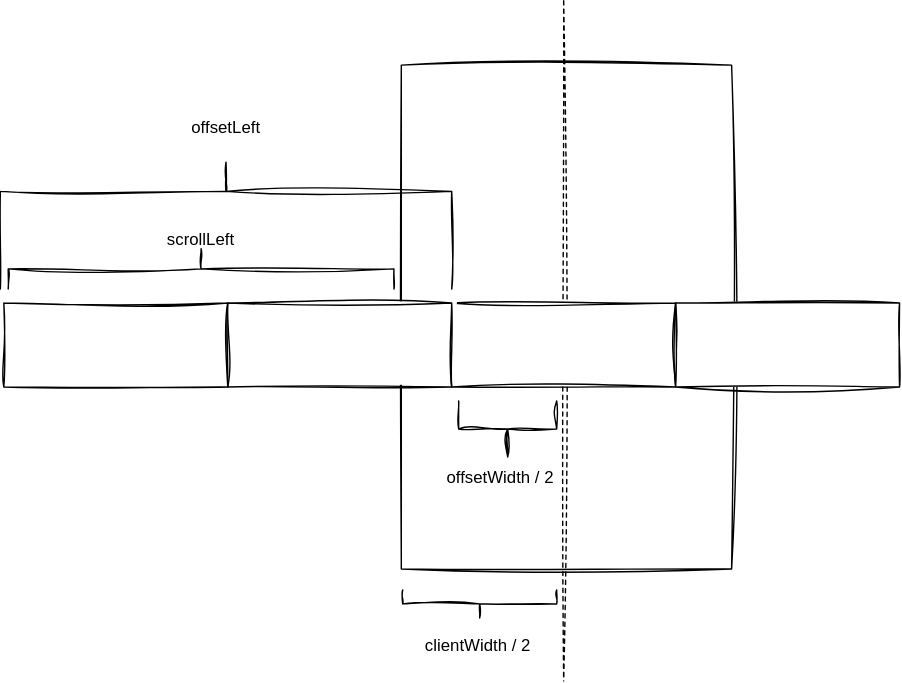
Earlier version of the draw.io export 2023-08-04-scroll-to-center.drawio.svg (lijunlin2022/draw.io). Source tidied: cells renumbered, new cells last; positions are measured from the earlier drawing's top-left corner, leaving out a move shared by most shapes.
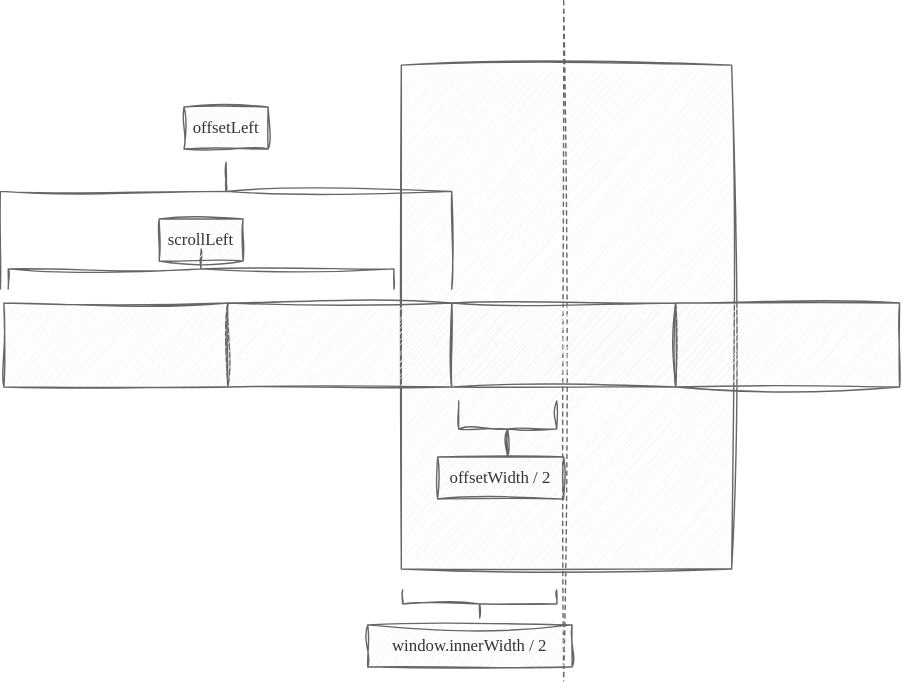
The same diagram one commit later.

Change to the diagram source:
```diff
@@ -2,50 +2,50 @@
   <root>
     <mxCell id="0" />
     <mxCell id="1" parent="0" />
-    <mxCell id="2" style="whiteSpace=wrap;html=1;rounded=0;sketch=1;curveFitting=1;jiggle=2;" parent="1" vertex="1">
+    <mxCell id="2" style="whiteSpace=wrap;html=1;rounded=0;sketch=1;curveFitting=1;jiggle=2;fontFamily=Architects Daughter;fontSource=https%3A%2F%2Ffonts.googleapis.com%2Fcss%3Ffamily%3DArchitects%2BDaughter;fillColor=#f5f5f5;fontColor=#333333;strokeColor=#666666;" parent="1" vertex="1">
       <mxGeometry x="284" y="47" width="236" height="360" as="geometry" />
     </mxCell>
-    <mxCell id="3" style="orthogonalLoop=1;jettySize=auto;html=1;rounded=0;endArrow=none;endFill=0;dashed=1;sketch=1;curveFitting=1;jiggle=2;" parent="1" edge="1">
+    <mxCell id="3" style="orthogonalLoop=1;jettySize=auto;html=1;rounded=0;endArrow=none;endFill=0;dashed=1;sketch=1;curveFitting=1;jiggle=2;fontFamily=Architects Daughter;fontSource=https%3A%2F%2Ffonts.googleapis.com%2Fcss%3Ffamily%3DArchitects%2BDaughter;fillColor=#f5f5f5;strokeColor=#666666;" parent="1" edge="1">
       <mxGeometry relative="1" as="geometry">
         <mxPoint x="400" y="1" as="sourcePoint" />
         <mxPoint x="400" y="487" as="targetPoint" />
       </mxGeometry>
     </mxCell>
-    <mxCell id="4" style="rounded=0;whiteSpace=wrap;html=1;sketch=1;curveFitting=1;jiggle=2;" parent="1" vertex="1">
+    <mxCell id="4" style="rounded=0;whiteSpace=wrap;html=1;sketch=1;curveFitting=1;jiggle=2;fontFamily=Architects Daughter;fontSource=https%3A%2F%2Ffonts.googleapis.com%2Fcss%3Ffamily%3DArchitects%2BDaughter;fillColor=#f5f5f5;fontColor=#333333;strokeColor=#666666;" parent="1" vertex="1">
       <mxGeometry x="320" y="217" width="160" height="60" as="geometry" />
     </mxCell>
-    <mxCell id="5" style="rounded=0;whiteSpace=wrap;html=1;sketch=1;curveFitting=1;jiggle=2;" parent="1" vertex="1">
+    <mxCell id="5" style="rounded=0;whiteSpace=wrap;html=1;sketch=1;curveFitting=1;jiggle=2;fontFamily=Architects Daughter;fontSource=https%3A%2F%2Ffonts.googleapis.com%2Fcss%3Ffamily%3DArchitects%2BDaughter;fillColor=#f5f5f5;fontColor=#333333;strokeColor=#666666;" parent="1" vertex="1">
       <mxGeometry x="160" y="217" width="160" height="60" as="geometry" />
     </mxCell>
-    <mxCell id="6" style="rounded=0;whiteSpace=wrap;html=1;sketch=1;curveFitting=1;jiggle=2;" parent="1" vertex="1">
+    <mxCell id="6" style="rounded=0;whiteSpace=wrap;html=1;sketch=1;curveFitting=1;jiggle=2;fontFamily=Architects Daughter;fontSource=https%3A%2F%2Ffonts.googleapis.com%2Fcss%3Ffamily%3DArchitects%2BDaughter;fillColor=#f5f5f5;fontColor=#333333;strokeColor=#666666;" parent="1" vertex="1">
       <mxGeometry x="480" y="217" width="160" height="60" as="geometry" />
     </mxCell>
-    <mxCell id="7" style="rounded=0;whiteSpace=wrap;html=1;sketch=1;curveFitting=1;jiggle=2;" parent="1" vertex="1">
+    <mxCell id="7" style="rounded=0;whiteSpace=wrap;html=1;sketch=1;curveFitting=1;jiggle=2;fontFamily=Architects Daughter;fontSource=https%3A%2F%2Ffonts.googleapis.com%2Fcss%3Ffamily%3DArchitects%2BDaughter;fillColor=#f5f5f5;fontColor=#333333;strokeColor=#666666;" parent="1" vertex="1">
       <mxGeometry y="217" width="160" height="60" as="geometry" />
     </mxCell>
-    <mxCell id="8" style="shape=curlyBracket;whiteSpace=wrap;html=1;rounded=0;labelPosition=left;verticalLabelPosition=middle;align=right;verticalAlign=middle;rotation=-90;sketch=1;curveFitting=1;jiggle=2;" parent="1" vertex="1">
+    <mxCell id="8" style="shape=curlyBracket;whiteSpace=wrap;html=1;rounded=0;labelPosition=left;verticalLabelPosition=middle;align=right;verticalAlign=middle;rotation=-90;sketch=1;curveFitting=1;jiggle=2;fontFamily=Architects Daughter;fontSource=https%3A%2F%2Ffonts.googleapis.com%2Fcss%3Ffamily%3DArchitects%2BDaughter;fillColor=#f5f5f5;fontColor=#333333;strokeColor=#666666;" parent="1" vertex="1">
       <mxGeometry x="340" y="272" width="40" height="70" as="geometry" />
     </mxCell>
-    <mxCell id="9" value="offsetWidth / 2" style="text;html=1;align=center;verticalAlign=middle;whiteSpace=wrap;rounded=0;sketch=1;curveFitting=1;jiggle=2;" parent="1" vertex="1">
+    <mxCell id="9" value="offsetWidth / 2" style="text;html=1;align=center;verticalAlign=middle;whiteSpace=wrap;rounded=0;sketch=1;curveFitting=1;jiggle=2;fontFamily=Architects Daughter;fontSource=https%3A%2F%2Ffonts.googleapis.com%2Fcss%3Ffamily%3DArchitects%2BDaughter;fillColor=#f5f5f5;fontColor=#333333;strokeColor=#666666;" parent="1" vertex="1">
       <mxGeometry x="310" y="327" width="90" height="30" as="geometry" />
     </mxCell>
-    <mxCell id="10" style="shape=curlyBracket;whiteSpace=wrap;html=1;rounded=0;flipH=1;labelPosition=right;verticalLabelPosition=middle;align=left;verticalAlign=middle;rotation=-90;size=0.2302222222222236;sketch=1;curveFitting=1;jiggle=2;" parent="1" vertex="1">
+    <mxCell id="10" style="shape=curlyBracket;whiteSpace=wrap;html=1;rounded=0;flipH=1;labelPosition=right;verticalLabelPosition=middle;align=left;verticalAlign=middle;rotation=-90;size=0.2302222222222236;sketch=1;curveFitting=1;jiggle=2;fontFamily=Architects Daughter;fontSource=https%3A%2F%2Ffonts.googleapis.com%2Fcss%3Ffamily%3DArchitects%2BDaughter;fillColor=#f5f5f5;fontColor=#333333;strokeColor=#666666;" parent="1" vertex="1">
       <mxGeometry x="113.5" y="0.5" width="90.6" height="322.5" as="geometry" />
     </mxCell>
-    <mxCell id="11" value="offsetLeft" style="text;html=1;align=center;verticalAlign=middle;whiteSpace=wrap;rounded=0;sketch=1;curveFitting=1;jiggle=2;" parent="1" vertex="1">
+    <mxCell id="11" value="offsetLeft" style="text;html=1;align=center;verticalAlign=middle;whiteSpace=wrap;rounded=0;sketch=1;curveFitting=1;jiggle=2;fontFamily=Architects Daughter;fontSource=https%3A%2F%2Ffonts.googleapis.com%2Fcss%3Ffamily%3DArchitects%2BDaughter;fillColor=#f5f5f5;fontColor=#333333;strokeColor=#666666;" parent="1" vertex="1">
       <mxGeometry x="128.8" y="77" width="60" height="30" as="geometry" />
     </mxCell>
-    <mxCell id="12" style="shape=curlyBracket;whiteSpace=wrap;html=1;rounded=0;labelPosition=left;verticalLabelPosition=middle;align=right;verticalAlign=middle;rotation=90;sketch=1;curveFitting=1;jiggle=2;" parent="1" vertex="1">
+    <mxCell id="12" style="shape=curlyBracket;whiteSpace=wrap;html=1;rounded=0;labelPosition=left;verticalLabelPosition=middle;align=right;verticalAlign=middle;rotation=90;sketch=1;curveFitting=1;jiggle=2;fontFamily=Architects Daughter;fontSource=https%3A%2F%2Ffonts.googleapis.com%2Fcss%3Ffamily%3DArchitects%2BDaughter;fillColor=#f5f5f5;fontColor=#333333;strokeColor=#666666;" parent="1" vertex="1">
       <mxGeometry x="126.6" y="54.8" width="28.8" height="275.6" as="geometry" />
     </mxCell>
-    <mxCell id="13" value="scrollLeft" style="text;html=1;align=center;verticalAlign=middle;whiteSpace=wrap;rounded=0;sketch=1;curveFitting=1;jiggle=2;" parent="1" vertex="1">
+    <mxCell id="13" value="scrollLeft" style="text;html=1;align=center;verticalAlign=middle;whiteSpace=wrap;rounded=0;sketch=1;curveFitting=1;jiggle=2;fontFamily=Architects Daughter;fontSource=https%3A%2F%2Ffonts.googleapis.com%2Fcss%3Ffamily%3DArchitects%2BDaughter;fillColor=#f5f5f5;fontColor=#333333;strokeColor=#666666;" parent="1" vertex="1">
       <mxGeometry x="111" y="157" width="60" height="30" as="geometry" />
     </mxCell>
-    <mxCell id="14" style="shape=curlyBracket;whiteSpace=wrap;html=1;rounded=0;flipH=1;labelPosition=right;verticalLabelPosition=middle;align=left;verticalAlign=middle;rotation=90;sketch=1;curveFitting=1;jiggle=2;" parent="1" vertex="1">
+    <mxCell id="14" style="shape=curlyBracket;whiteSpace=wrap;html=1;rounded=0;flipH=1;labelPosition=right;verticalLabelPosition=middle;align=left;verticalAlign=middle;rotation=90;sketch=1;curveFitting=1;jiggle=2;fontFamily=Architects Daughter;fontSource=https%3A%2F%2Ffonts.googleapis.com%2Fcss%3Ffamily%3DArchitects%2BDaughter;fillColor=#f5f5f5;fontColor=#333333;strokeColor=#666666;" parent="1" vertex="1">
       <mxGeometry x="330" y="377" width="20" height="110" as="geometry" />
     </mxCell>
-    <mxCell id="15" value="clientWidth / 2" style="text;html=1;align=center;verticalAlign=middle;whiteSpace=wrap;rounded=0;sketch=1;curveFitting=1;jiggle=2;" parent="1" vertex="1">
-      <mxGeometry x="284" y="447" width="110" height="30" as="geometry" />
+    <mxCell id="15" value="window.innerWidth / 2" style="text;html=1;align=center;verticalAlign=middle;whiteSpace=wrap;rounded=0;sketch=1;curveFitting=1;jiggle=2;fontFamily=Architects Daughter;fontSource=https%3A%2F%2Ffonts.googleapis.com%2Fcss%3Ffamily%3DArchitects%2BDaughter;fillColor=#f5f5f5;fontColor=#333333;strokeColor=#666666;" parent="1" vertex="1">
+      <mxGeometry x="260" y="447" width="146" height="30" as="geometry" />
     </mxCell>
   </root>
 </mxGraphModel>
```
